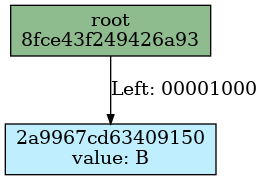
This is docs/merkle_tree/mutation/1_leaf.dot.png from juicebox-systems/juicebox-hsm-realm, a Graphviz export, as it was before one commit. Its source is kept beside it as docs/merkle_tree/mutation/1_leaf.dot.
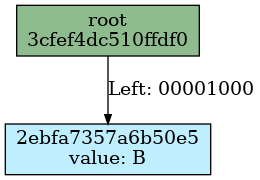
After the commit.

Diff of the diagram source:
```diff
@@ -1,18 +1,18 @@
 Digraph merkletree {
 
-h8fce43f249426a93 -> h2a9967cd63409150 [arrowsize=0.7 label="Left: 00001000" nojustify=true ];
+h3cfef4dc510ffdf0 -> h2ebfa7357a6b50e5 [arrowsize=0.7 label="Left: 00001000" nojustify=true ];
 
 Subgraph depth_0 {
 rank=same
 
-h8fce43f249426a93 [fillcolor=darkseagreen label="root\n8fce43f249426a93" ordering=out shape=box style=filled ];
+h3cfef4dc510ffdf0 [fillcolor=darkseagreen label="root\n3cfef4dc510ffdf0" ordering=out shape=box style=filled ];
 }
 
 
 Subgraph depth_256 {
 rank=same
 
-h2a9967cd63409150 [fillcolor=lightblue1 label="2a9967cd63409150\nvalue: B" ordering=out shape=box style=filled ];
+h2ebfa7357a6b50e5 [fillcolor=lightblue1 label="2ebfa7357a6b50e5\nvalue: B" ordering=out shape=box style=filled ];
 }
 
 }
```
